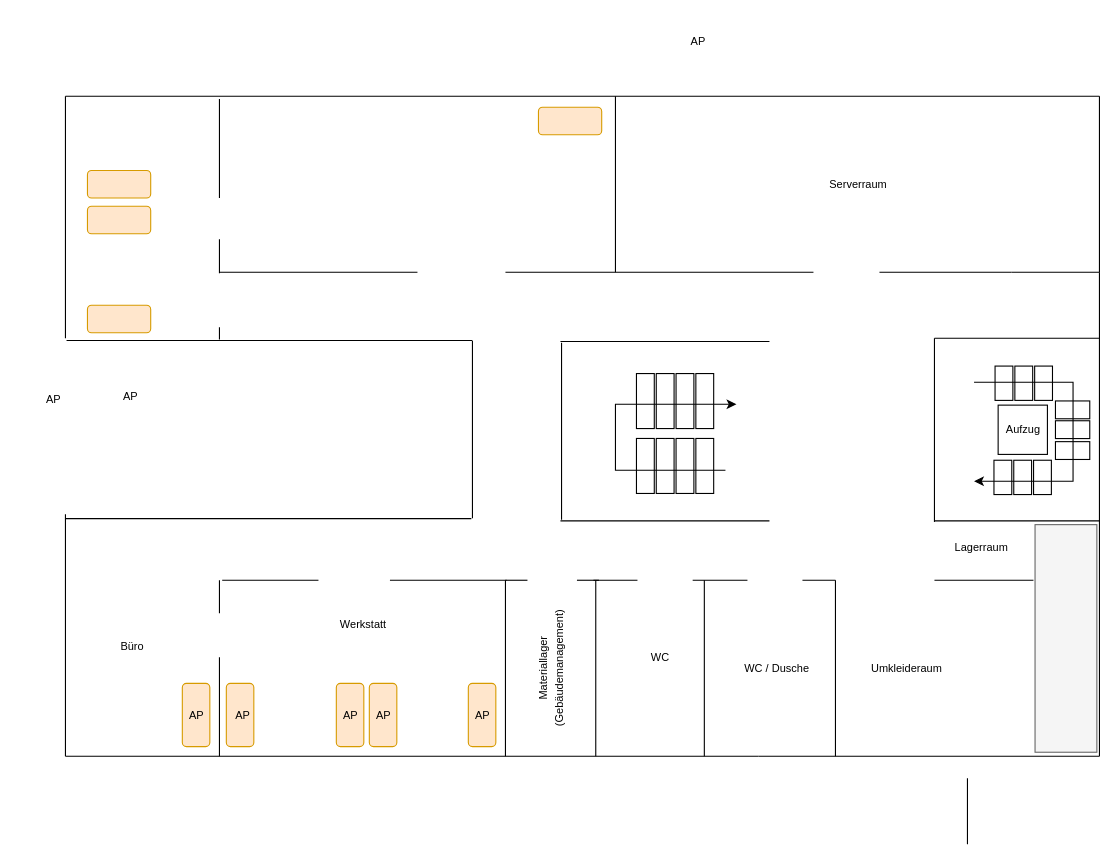
Earlier version of the draw.io diagram Gebäudeplan_1OG.drawio (meetSeb/Computer-Network). Source tidied: cells renumbered, new cells numbered last; positions are measured from the earlier drawing's top-left corner, leaving out a move shared by most shapes. Both pictures are drawn from the tidied source at 110%, with x=0, y=0 at pixel (19, 19).
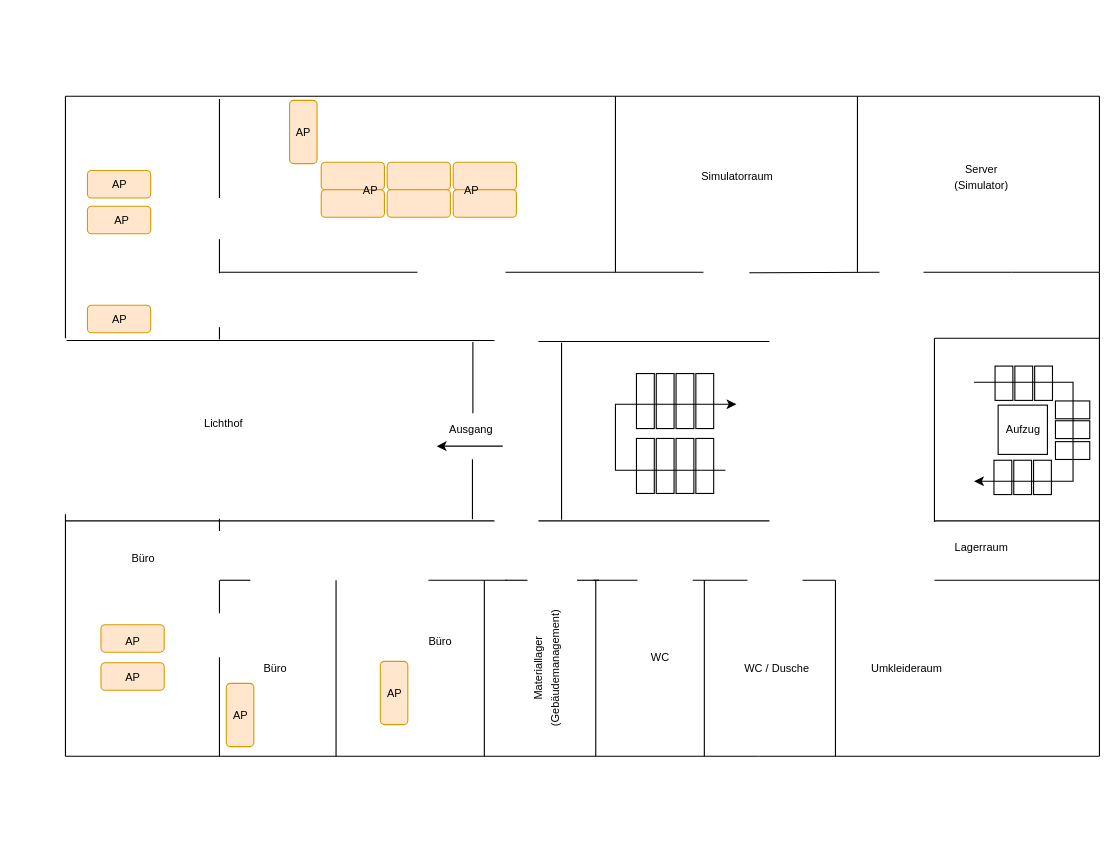
Above is the later version.

Diff of the diagram source:
```diff
@@
     <mxCell id="12" style="endArrow=none;html=1;rounded=0;strokeColor=#000000;" parent="1" edge="1">
       <mxGeometry relative="1" as="geometry">
-        <mxPoint x="442" y="510" as="sourcePoint" />
-        <mxPoint x="442" y="670" as="targetPoint" />
+        <mxPoint x="422.8" y="510" as="sourcePoint" />
+        <mxPoint x="422.8" y="670" as="targetPoint" />
       </mxGeometry>
     </mxCell>
@@
     <mxCell id="17" style="endArrow=none;html=1;rounded=0;strokeColor=#000000;" parent="1" edge="1">
       <mxGeometry relative="1" as="geometry">
         <mxPoint x="902" y="230" as="sourcePoint" />
-        <mxPoint x="782" y="230" as="targetPoint" />
+        <mxPoint x="822" y="230" as="targetPoint" />
       </mxGeometry>
     </mxCell>
-    <mxCell id="18" style="endArrow=none;html=1;rounded=0;strokeColor=#000000;" parent="1" edge="1">
-      <mxGeometry relative="1" as="geometry">
-        <mxPoint x="862" y="690" as="sourcePoint" />
-        <mxPoint x="862" y="750" as="targetPoint" />
-      </mxGeometry>
-    </mxCell>
@@
     <mxCell id="20" style="endArrow=none;html=1;rounded=0;strokeColor=#000000;" parent="1" edge="1">
       <mxGeometry relative="1" as="geometry">
-        <mxPoint x="42" y="454" as="sourcePoint" />
-        <mxPoint x="411" y="454" as="targetPoint" />
+        <mxPoint x="42" y="456" as="sourcePoint" />
+        <mxPoint x="432" y="456" as="targetPoint" />
       </mxGeometry>
     </mxCell>
     <mxCell id="21" style="endArrow=none;html=1;rounded=0;strokeColor=#000000;" parent="1" edge="1">
       <mxGeometry relative="1" as="geometry">
-        <mxPoint x="412" y="453.6" as="sourcePoint" />
-        <mxPoint x="412" y="292.6" as="targetPoint" />
+        <mxPoint x="412" y="454.6" as="sourcePoint" />
+        <mxPoint x="412" y="400" as="targetPoint" />
       </mxGeometry>
     </mxCell>
     <mxCell id="22" style="endArrow=none;html=1;rounded=0;strokeColor=#000000;" parent="1" edge="1">
       <mxGeometry relative="1" as="geometry">
-        <mxPoint x="492" y="293" as="sourcePoint" />
+        <mxPoint x="472" y="293" as="sourcePoint" />
         <mxPoint x="682" y="293" as="targetPoint" />
       </mxGeometry>
     </mxCell>
@@
     <mxCell id="24" style="endArrow=none;html=1;rounded=0;strokeColor=#000000;" parent="1" edge="1">
       <mxGeometry relative="1" as="geometry">
         <mxPoint x="442" y="230" as="sourcePoint" />
-        <mxPoint x="722" y="230" as="targetPoint" />
+        <mxPoint x="622" y="230" as="targetPoint" />
       </mxGeometry>
     </mxCell>
@@
     <mxCell id="26" style="endArrow=none;html=1;rounded=0;strokeColor=#000000;" parent="1" edge="1">
       <mxGeometry relative="1" as="geometry">
-        <mxPoint x="492" y="456" as="sourcePoint" />
+        <mxPoint x="472" y="456" as="sourcePoint" />
         <mxPoint x="682" y="456" as="targetPoint" />
       </mxGeometry>
     </mxCell>
@@
     <mxCell id="28" style="endArrow=none;html=1;rounded=0;strokeColor=#000000;" parent="1" edge="1">
       <mxGeometry relative="1" as="geometry">
-        <mxPoint x="184.5" y="510" as="sourcePoint" />
-        <mxPoint x="272" y="510" as="targetPoint" />
+        <mxPoint x="182.5" y="510" as="sourcePoint" />
+        <mxPoint x="210" y="510" as="targetPoint" />
       </mxGeometry>
     </mxCell>
     <mxCell id="29" style="endArrow=none;html=1;rounded=0;strokeColor=#000000;" parent="1" edge="1">
       <mxGeometry relative="1" as="geometry">
-        <mxPoint x="337" y="510" as="sourcePoint" />
+        <mxPoint x="372" y="510" as="sourcePoint" />
         <mxPoint x="443" y="510" as="targetPoint" />
       </mxGeometry>
     </mxCell>
@@
     <mxCell id="43" style="endArrow=none;html=1;rounded=0;strokeColor=#000000;" parent="1" edge="1">
       <mxGeometry relative="1" as="geometry">
-        <mxPoint x="922" y="510" as="sourcePoint" />
+        <mxPoint x="982" y="510" as="sourcePoint" />
         <mxPoint x="832" y="510" as="targetPoint" />
       </mxGeometry>
     </mxCell>
@@
-    <mxCell id="61" style="rounded=1;whiteSpace=wrap;html=1;rotation=-90;fillColor=#ffe6cc;strokeColor=#d79b00;" parent="1" vertex="1">
-      <mxGeometry x="132" y="620" width="57.5" height="25" as="geometry" />
+    <mxCell id="61" style="rounded=1;whiteSpace=wrap;html=1;rotation=0;fillColor=#ffe6cc;strokeColor=#d79b00;" parent="1" vertex="1">
+      <mxGeometry x="74.3" y="550.4" width="57.5" height="25" as="geometry" />
     </mxCell>
@@
-    <mxCell id="63" style="rounded=1;whiteSpace=wrap;html=1;rotation=-90;fillColor=#ffe6cc;strokeColor=#d79b00;" parent="1" vertex="1">
-      <mxGeometry x="272" y="620" width="57.5" height="25" as="geometry" />
-    </mxCell>
     <mxCell id="64" style="rounded=1;whiteSpace=wrap;html=1;rotation=-90;fillColor=#ffe6cc;strokeColor=#d79b00;" parent="1" vertex="1">
-      <mxGeometry x="302" y="620" width="57.5" height="25" as="geometry" />
+      <mxGeometry x="312" y="600" width="57.5" height="25" as="geometry" />
     </mxCell>
-    <mxCell id="65" style="rounded=1;whiteSpace=wrap;html=1;rotation=-90;fillColor=#ffe6cc;strokeColor=#d79b00;" parent="1" vertex="1">
-      <mxGeometry x="392" y="620" width="57.5" height="25" as="geometry" />
-    </mxCell>
     <mxCell id="66" style="rounded=1;whiteSpace=wrap;html=1;rotation=0;fillColor=#ffe6cc;strokeColor=#d79b00;" parent="1" vertex="1">
-      <mxGeometry x="472" y="80" width="57.5" height="25" as="geometry" />
+      <mxGeometry x="274.5" y="130" width="57.5" height="25" as="geometry" />
     </mxCell>
@@
     <mxCell id="69" value="&lt;font size=&quot;1&quot;&gt;Materiallager (Gebäudemanagement)&lt;/font&gt;" style="text;html=1;align=center;verticalAlign=middle;whiteSpace=wrap;rounded=0;rotation=-90;" parent="1" vertex="1">
-      <mxGeometry x="442" y="570" width="82.1" height="40" as="geometry" />
+      <mxGeometry x="438" y="570" width="82.1" height="40" as="geometry" />
     </mxCell>
@@
-    <mxCell id="71" value="&lt;font style=&quot;font-size: 10px;&quot;&gt;Serverraum&lt;/font&gt;" style="text;html=1;align=center;verticalAlign=middle;whiteSpace=wrap;rounded=0;" parent="1" vertex="1">
-      <mxGeometry x="722" y="130" width="82.1" height="40" as="geometry" />
+    <mxCell id="71" value="&lt;font size=&quot;1&quot;&gt;Simulatorraum&lt;/font&gt;" style="text;html=1;align=center;verticalAlign=middle;whiteSpace=wrap;rounded=0;" parent="1" vertex="1">
+      <mxGeometry x="612.2" y="122.5" width="82.1" height="40" as="geometry" />
     </mxCell>
-    <mxCell id="72" value="&lt;font style=&quot;font-size: 10px;&quot;&gt;Werkstatt&lt;/font&gt;" style="text;html=1;align=center;verticalAlign=middle;whiteSpace=wrap;rounded=0;" parent="1" vertex="1">
-      <mxGeometry x="272" y="530" width="82.1" height="40" as="geometry" />
-    </mxCell>
     <mxCell id="73" value="&lt;font size=&quot;1&quot;&gt;Büro&lt;/font&gt;" style="text;html=1;align=center;verticalAlign=middle;whiteSpace=wrap;rounded=0;" parent="1" vertex="1">
-      <mxGeometry x="62" y="550" width="82.1" height="40" as="geometry" />
+      <mxGeometry x="192.4" y="570" width="82.1" height="40" as="geometry" />
     </mxCell>
-    <mxCell id="74" value="&lt;font style=&quot;font-size: 10px;&quot;&gt;AP&lt;/font&gt;" style="text;html=1;align=center;verticalAlign=middle;whiteSpace=wrap;rounded=0;" parent="1" vertex="1">
-      <mxGeometry x="585.8" width="62.5" height="40" as="geometry" />
-    </mxCell>
-    <mxCell id="75" value="&lt;font style=&quot;font-size: 10px;&quot;&gt;AP&lt;/font&gt;" style="text;html=1;align=center;verticalAlign=middle;whiteSpace=wrap;rounded=0;" parent="1" vertex="1">
-      <mxGeometry x="69.5" y="322.8" width="62.5" height="40" as="geometry" />
-    </mxCell>
-    <mxCell id="76" value="&lt;font style=&quot;font-size: 10px;&quot;&gt;AP&lt;/font&gt;" style="text;html=1;align=center;verticalAlign=middle;whiteSpace=wrap;rounded=0;" parent="1" vertex="1">
-      <mxGeometry x="129.5" y="612.5" width="62.5" height="40" as="geometry" />
-    </mxCell>
     <mxCell id="77" value="&lt;font style=&quot;font-size: 10px;&quot;&gt;AP&lt;/font&gt;" style="text;html=1;align=center;verticalAlign=middle;whiteSpace=wrap;rounded=0;" parent="1" vertex="1">
-      <mxGeometry x="172" y="612.5" width="62.5" height="40" as="geometry" />
+      <mxGeometry x="169.5" y="612.5" width="62.5" height="40" as="geometry" />
     </mxCell>
-    <mxCell id="78" value="&lt;font style=&quot;font-size: 10px;&quot;&gt;AP&lt;/font&gt;" style="text;html=1;align=center;verticalAlign=middle;whiteSpace=wrap;rounded=0;" parent="1" vertex="1">
-      <mxGeometry x="269.5" y="612.5" width="62.5" height="40" as="geometry" />
-    </mxCell>
-    <mxCell id="79" value="&lt;font style=&quot;font-size: 10px;&quot;&gt;AP&lt;/font&gt;" style="text;html=1;align=center;verticalAlign=middle;whiteSpace=wrap;rounded=0;" parent="1" vertex="1">
-      <mxGeometry x="299.5" y="612.5" width="62.5" height="40" as="geometry" />
-    </mxCell>
-    <mxCell id="80" value="&lt;font style=&quot;font-size: 10px;&quot;&gt;AP&lt;/font&gt;" style="text;html=1;align=center;verticalAlign=middle;whiteSpace=wrap;rounded=0;" parent="1" vertex="1">
-      <mxGeometry x="389.5" y="612.5" width="62.5" height="40" as="geometry" />
-    </mxCell>
-    <mxCell id="81" style="rounded=0;whiteSpace=wrap;html=1;rotation=-90;strokeColor=#666666;fillColor=#f5f5f5;fontColor=#333333;" parent="1" vertex="1">
-      <mxGeometry x="848.1" y="534.8" width="206.9" height="56.2" as="geometry" />
-    </mxCell>
@@
     <mxCell id="85" style="endArrow=none;html=1;rounded=0;strokeColor=#000000;" parent="1" edge="1">
       <mxGeometry relative="1" as="geometry">
         <mxPoint x="43" y="292" as="sourcePoint" />
-        <mxPoint x="412" y="292" as="targetPoint" />
+        <mxPoint x="432" y="292" as="targetPoint" />
       </mxGeometry>
     </mxCell>
-    <mxCell id="86" value="&lt;font style=&quot;font-size: 10px;&quot;&gt;AP&lt;/font&gt;" style="text;html=1;align=center;verticalAlign=middle;whiteSpace=wrap;rounded=0;" parent="1" vertex="1">
-      <mxGeometry x="-0.5" y="325" width="62.5" height="40" as="geometry" />
-    </mxCell>
@@
+    <mxCell id="89" style="rounded=1;whiteSpace=wrap;html=1;rotation=0;fillColor=#ffe6cc;strokeColor=#d79b00;" parent="1" vertex="1">
+      <mxGeometry x="334.5" y="130" width="57.5" height="25" as="geometry" />
+    </mxCell>
+    <mxCell id="90" style="rounded=1;whiteSpace=wrap;html=1;rotation=0;fillColor=#ffe6cc;strokeColor=#d79b00;" parent="1" vertex="1">
+      <mxGeometry x="394.5" y="130" width="57.5" height="25" as="geometry" />
+    </mxCell>
+    <mxCell id="91" style="rounded=1;whiteSpace=wrap;html=1;rotation=0;fillColor=#ffe6cc;strokeColor=#d79b00;" parent="1" vertex="1">
+      <mxGeometry x="274.5" y="155" width="57.5" height="25" as="geometry" />
+    </mxCell>
+    <mxCell id="92" style="rounded=1;whiteSpace=wrap;html=1;rotation=0;fillColor=#ffe6cc;strokeColor=#d79b00;" parent="1" vertex="1">
+      <mxGeometry x="334.5" y="155" width="57.5" height="25" as="geometry" />
+    </mxCell>
+    <mxCell id="93" style="rounded=1;whiteSpace=wrap;html=1;rotation=0;fillColor=#ffe6cc;strokeColor=#d79b00;" parent="1" vertex="1">
+      <mxGeometry x="394.5" y="155" width="57.5" height="25" as="geometry" />
+    </mxCell>
+    <mxCell id="94" style="rounded=1;whiteSpace=wrap;html=1;rotation=-90;fillColor=#ffe6cc;strokeColor=#d79b00;" parent="1" vertex="1">
+      <mxGeometry x="229.5" y="90" width="57.5" height="25" as="geometry" />
+    </mxCell>
+    <mxCell id="75" value="&lt;font style=&quot;font-size: 10px;&quot;&gt;AP&lt;/font&gt;" style="text;html=1;align=center;verticalAlign=middle;whiteSpace=wrap;rounded=0;" parent="1" vertex="1">
+      <mxGeometry x="59.5" y="130" width="62.5" height="40" as="geometry" />
+    </mxCell>
+    <mxCell id="86" value="&lt;font style=&quot;font-size: 10px;&quot;&gt;AP&lt;/font&gt;" style="text;html=1;align=center;verticalAlign=middle;whiteSpace=wrap;rounded=0;" parent="1" vertex="1">
+      <mxGeometry x="62" y="162.5" width="62.5" height="40" as="geometry" />
+    </mxCell>
+    <mxCell id="95" value="&lt;font style=&quot;font-size: 10px;&quot;&gt;AP&lt;/font&gt;" style="text;html=1;align=center;verticalAlign=middle;whiteSpace=wrap;rounded=0;" parent="1" vertex="1">
+      <mxGeometry x="59.5" y="252.5" width="62.5" height="40" as="geometry" />
+    </mxCell>
+    <mxCell id="96" value="&lt;font style=&quot;font-size: 10px;&quot;&gt;AP&lt;/font&gt;" style="text;html=1;align=center;verticalAlign=middle;whiteSpace=wrap;rounded=0;" parent="1" vertex="1">
+      <mxGeometry x="227" y="82.5" width="62.5" height="40" as="geometry" />
+    </mxCell>
+    <mxCell id="97" value="&lt;font style=&quot;font-size: 10px;&quot;&gt;AP&lt;/font&gt;" style="text;html=1;align=center;verticalAlign=middle;whiteSpace=wrap;rounded=0;" parent="1" vertex="1">
+      <mxGeometry x="288" y="134.5" width="62.5" height="40" as="geometry" />
+    </mxCell>
+    <mxCell id="98" value="&lt;font style=&quot;font-size: 10px;&quot;&gt;AP&lt;/font&gt;" style="text;html=1;align=center;verticalAlign=middle;whiteSpace=wrap;rounded=0;" parent="1" vertex="1">
+      <mxGeometry x="379.5" y="134.5" width="62.5" height="40" as="geometry" />
+    </mxCell>
+    <mxCell id="99" style="rounded=1;whiteSpace=wrap;html=1;rotation=0;fillColor=#ffe6cc;strokeColor=#d79b00;" parent="1" vertex="1">
+      <mxGeometry x="74.3" y="585" width="57.5" height="25" as="geometry" />
+    </mxCell>
+    <mxCell id="100" style="endArrow=none;html=1;rounded=0;strokeColor=#000000;" parent="1" edge="1">
+      <mxGeometry relative="1" as="geometry">
+        <mxPoint x="182" y="465.2" as="sourcePoint" />
+        <mxPoint x="182" y="454" as="targetPoint" />
+      </mxGeometry>
+    </mxCell>
+    <mxCell id="101" style="endArrow=none;html=1;rounded=0;strokeColor=#000000;" parent="1" edge="1">
+      <mxGeometry relative="1" as="geometry">
+        <mxPoint x="288" y="510" as="sourcePoint" />
+        <mxPoint x="288" y="670" as="targetPoint" />
+      </mxGeometry>
+    </mxCell>
+    <mxCell id="102" value="&lt;font style=&quot;font-size: 10px;&quot;&gt;AP&lt;/font&gt;" style="text;html=1;align=center;verticalAlign=middle;whiteSpace=wrap;rounded=0;" parent="1" vertex="1">
+      <mxGeometry x="71.8" y="545" width="62.5" height="40" as="geometry" />
+    </mxCell>
+    <mxCell id="103" value="&lt;font style=&quot;font-size: 10px;&quot;&gt;AP&lt;/font&gt;" style="text;html=1;align=center;verticalAlign=middle;whiteSpace=wrap;rounded=0;" parent="1" vertex="1">
+      <mxGeometry x="71.8" y="577.5" width="62.5" height="40" as="geometry" />
+    </mxCell>
+    <mxCell id="104" value="&lt;font style=&quot;font-size: 10px;&quot;&gt;AP&lt;/font&gt;" style="text;html=1;align=center;verticalAlign=middle;whiteSpace=wrap;rounded=0;" parent="1" vertex="1">
+      <mxGeometry x="309.5" y="592.5" width="62.5" height="40" as="geometry" />
+    </mxCell>
+    <mxCell id="105" style="endArrow=none;html=1;rounded=0;strokeColor=#000000;" parent="1" edge="1">
+      <mxGeometry relative="1" as="geometry">
+        <mxPoint x="412.4" y="358.1" as="sourcePoint" />
+        <mxPoint x="412.4" y="293.5" as="targetPoint" />
+      </mxGeometry>
+    </mxCell>
+    <mxCell id="106" value="&lt;font style=&quot;font-size: 10px;&quot;&gt;Ausgang&lt;/font&gt;" style="text;html=1;align=center;verticalAlign=middle;whiteSpace=wrap;rounded=0;" parent="1" vertex="1">
+      <mxGeometry x="369.5" y="353.1" width="82.1" height="40" as="geometry" />
+    </mxCell>
+    <mxCell id="107" style="endArrow=classic;html=1;rounded=0;strokeColor=#000000;" parent="1" edge="1">
+      <mxGeometry relative="1" as="geometry">
+        <mxPoint x="439.5" y="388.1" as="sourcePoint" />
+        <mxPoint x="379.5" y="388.1" as="targetPoint" />
+      </mxGeometry>
+    </mxCell>
+    <mxCell id="108" value="&lt;font style=&quot;font-size: 10px;&quot;&gt;Lichthof&lt;/font&gt;" style="text;html=1;align=center;verticalAlign=middle;whiteSpace=wrap;rounded=0;" parent="1" vertex="1">
+      <mxGeometry x="144.9" y="347" width="82.1" height="40" as="geometry" />
+    </mxCell>
+    <mxCell id="109" value="&lt;font size=&quot;1&quot;&gt;Büro&lt;/font&gt;" style="text;html=1;align=center;verticalAlign=middle;whiteSpace=wrap;rounded=0;" parent="1" vertex="1">
+      <mxGeometry x="71.8" y="470" width="82.1" height="40" as="geometry" />
+    </mxCell>
+    <mxCell id="110" value="&lt;font size=&quot;1&quot;&gt;Büro&lt;/font&gt;" style="text;html=1;align=center;verticalAlign=middle;whiteSpace=wrap;rounded=0;" parent="1" vertex="1">
+      <mxGeometry x="342" y="545" width="82.1" height="40" as="geometry" />
+    </mxCell>
+    <mxCell id="111" style="endArrow=none;html=1;rounded=0;strokeColor=#000000;" parent="1" edge="1">
+      <mxGeometry relative="1" as="geometry">
+        <mxPoint x="663.7" y="230.5" as="sourcePoint" />
+        <mxPoint x="782" y="230" as="targetPoint" />
+      </mxGeometry>
+    </mxCell>
+    <mxCell id="112" style="endArrow=none;html=1;rounded=0;strokeColor=#000000;" parent="1" edge="1">
+      <mxGeometry relative="1" as="geometry">
+        <mxPoint x="762" y="70" as="sourcePoint" />
+        <mxPoint x="762" y="230" as="targetPoint" />
+      </mxGeometry>
+    </mxCell>
+    <mxCell id="113" value="&lt;font size=&quot;1&quot;&gt;Server (Simulator)&lt;/font&gt;" style="text;html=1;align=center;verticalAlign=middle;whiteSpace=wrap;rounded=0;" parent="1" vertex="1">
+      <mxGeometry x="833.5" y="122.5" width="82.1" height="40" as="geometry" />
+    </mxCell>
```
